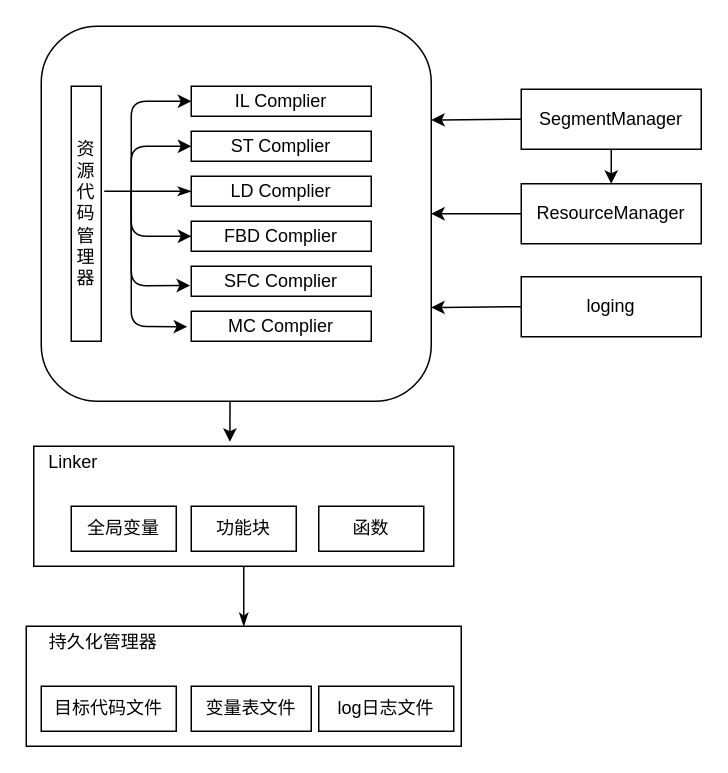
Above: page "Page-1" (1 of 2) of cmc_complie.drawio in nathanningbo/general_ztf (draw.io), before the change. Source tidied: cells renumbered, new cells numbered last; positions are measured from the earlier drawing's top-left corner, leaving out a move shared by most shapes. Both pictures are drawn from the tidied source at 150%, with x=0, y=0 at pixel (26, 26).
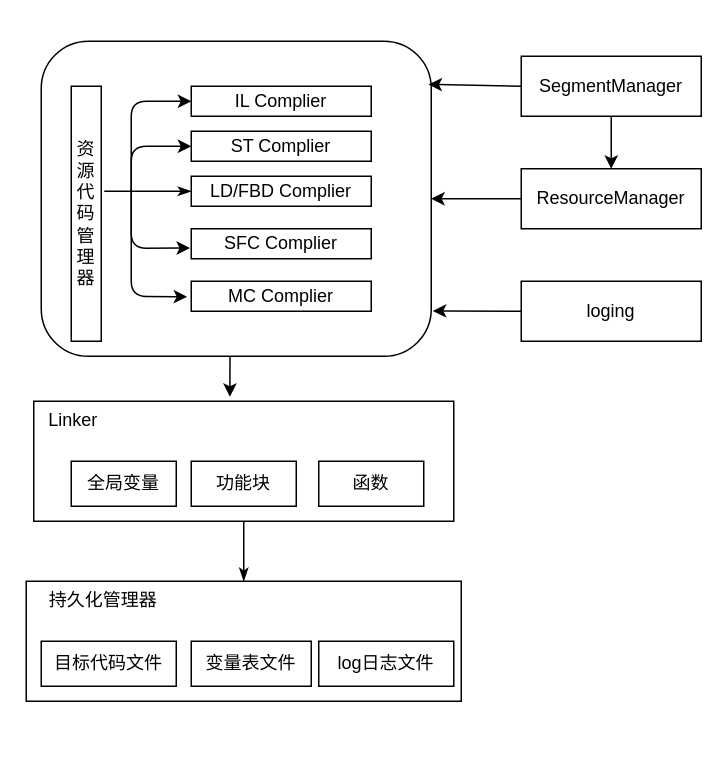
Above is the later version.

What changed in the source:
```diff
@@
+    <mxCell id="15" style="rounded=1;whiteSpace=wrap;html=1;fillColor=none;" parent="1" vertex="1">
+      <mxGeometry x="10" y="10" width="260" height="210" as="geometry" />
+    </mxCell>
@@
-    <mxCell id="5" value="LD Complier" style="rounded=0;whiteSpace=wrap;html=1;" parent="1" vertex="1">
+    <mxCell id="5" value="LD/FBD Complier" style="rounded=0;whiteSpace=wrap;html=1;" parent="1" vertex="1">
       <mxGeometry x="110" y="100" width="120" height="20" as="geometry" />
     </mxCell>
-    <mxCell id="6" value="FBD Complier" style="rounded=0;whiteSpace=wrap;html=1;" parent="1" vertex="1">
-      <mxGeometry x="110" y="130" width="120" height="20" as="geometry" />
-    </mxCell>
     <mxCell id="7" value="SFC Complier" style="rounded=0;whiteSpace=wrap;html=1;" parent="1" vertex="1">
-      <mxGeometry x="110" y="160" width="120" height="20" as="geometry" />
+      <mxGeometry x="110" y="135" width="120" height="20" as="geometry" />
     </mxCell>
     <mxCell id="8" value="MC Complier" style="rounded=0;whiteSpace=wrap;html=1;" parent="1" vertex="1">
-      <mxGeometry x="110" y="190" width="120" height="20" as="geometry" />
+      <mxGeometry x="110" y="170" width="120" height="20" as="geometry" />
     </mxCell>
@@
     <mxCell id="10" style="endArrow=classic;html=1;entryX=-0.023;entryY=0.52;entryDx=0;entryDy=0;entryPerimeter=0;" parent="1" edge="1" target="8">
       <mxGeometry relative="1" as="geometry">
         <mxPoint x="70" y="110" as="sourcePoint" />
         <Array as="points">
-          <mxPoint x="70" y="200" />
+          <mxPoint x="70" y="180" />
         </Array>
       </mxGeometry>
     </mxCell>
     <mxCell id="11" style="endArrow=classic;html=1;entryX=-0.007;entryY=0.64;entryDx=0;entryDy=0;entryPerimeter=0;" parent="1" edge="1" target="7">
       <mxGeometry relative="1" as="geometry">
         <mxPoint x="70" y="110" as="sourcePoint" />
         <Array as="points">
-          <mxPoint x="70" y="173" />
+          <mxPoint x="70" y="148" />
         </Array>
       </mxGeometry>
     </mxCell>
-    <mxCell id="12" style="endArrow=classic;html=1;entryX=0;entryY=0.5;entryDx=0;entryDy=0;" parent="1" edge="1" target="6">
-      <mxGeometry relative="1" as="geometry">
-        <mxPoint x="70" y="110" as="sourcePoint" />
-        <Array as="points">
-          <mxPoint x="70" y="140" />
-        </Array>
-      </mxGeometry>
-    </mxCell>
@@
-    <mxCell id="15" style="rounded=1;whiteSpace=wrap;html=1;fillColor=none;" parent="1" vertex="1">
-      <mxGeometry x="10" width="260" height="250" as="geometry" />
-    </mxCell>
     <mxCell id="16" value="SegmentManager" style="rounded=0;whiteSpace=wrap;html=1;fillColor=none;" parent="1" vertex="1">
-      <mxGeometry x="330" y="42" width="120" height="40" as="geometry" />
+      <mxGeometry x="330" y="20" width="120" height="40" as="geometry" />
     </mxCell>
     <mxCell id="17" value="ResourceManager" style="rounded=0;whiteSpace=wrap;html=1;fillColor=none;" parent="1" vertex="1">
-      <mxGeometry x="330" y="105" width="120" height="40" as="geometry" />
+      <mxGeometry x="330" y="95" width="120" height="40" as="geometry" />
     </mxCell>
@@
     <mxCell id="19" style="rounded=0;whiteSpace=wrap;html=1;fillColor=none;" parent="1" vertex="1">
-      <mxGeometry x="5" y="280" width="280" height="80" as="geometry" />
+      <mxGeometry x="5" y="250" width="280" height="80" as="geometry" />
     </mxCell>
     <mxCell id="20" style="rounded=0;whiteSpace=wrap;html=1;fillColor=none;" parent="1" vertex="1">
-      <mxGeometry y="400" width="290" height="80" as="geometry" />
+      <mxGeometry y="370" width="290" height="80" as="geometry" />
     </mxCell>
     <mxCell id="21" value="loging" style="rounded=0;whiteSpace=wrap;html=1;fillColor=none;" parent="1" vertex="1">
-      <mxGeometry x="330" y="167" width="120" height="40" as="geometry" />
+      <mxGeometry x="330" y="170" width="120" height="40" as="geometry" />
     </mxCell>
@@
-    <mxCell id="23" style="endArrow=classic;html=1;exitX=0;exitY=0.5;exitDx=0;exitDy=0;entryX=1;entryY=0.25;entryDx=0;entryDy=0;" parent="1" edge="1" source="16" target="15">
+    <mxCell id="23" style="endArrow=classic;html=1;exitX=0;exitY=0.5;exitDx=0;exitDy=0;entryX=0.993;entryY=0.137;entryDx=0;entryDy=0;entryPerimeter=0;" parent="1" edge="1" source="16" target="15">
       <mxGeometry relative="1" as="geometry" />
     </mxCell>
-    <mxCell id="24" style="endArrow=classic;html=1;exitX=0;exitY=0.5;exitDx=0;exitDy=0;entryX=1;entryY=0.75;entryDx=0;entryDy=0;" parent="1" edge="1" source="21" target="15">
+    <mxCell id="24" style="endArrow=classic;html=1;exitX=0;exitY=0.5;exitDx=0;exitDy=0;entryX=1.004;entryY=0.856;entryDx=0;entryDy=0;entryPerimeter=0;" parent="1" edge="1" source="21" target="15">
       <mxGeometry relative="1" as="geometry" />
     </mxCell>
     <mxCell id="25" value="Linker" style="text;html=1;align=center;verticalAlign=middle;labelBackgroundColor=#ffffff;" parent="24" vertex="1">
       <mxGeometry x="-0.3" y="-1" relative="1" as="geometry">
-        <mxPoint x="-278.5" y="104" as="offset" />
+        <mxPoint x="-278.5" y="74" as="offset" />
       </mxGeometry>
     </mxCell>
     <mxCell id="26" value="持久化管理器" style="text;html=1;align=center;verticalAlign=middle;labelBackgroundColor=#ffffff;direction=south;" parent="24" vertex="1">
       <mxGeometry x="-0.42" relative="1" as="geometry">
-        <mxPoint x="-262.5" y="223" as="offset" />
+        <mxPoint x="-262.5" y="193" as="offset" />
       </mxGeometry>
     </mxCell>
@@
     <mxCell id="28" value="全局变量" style="rounded=0;whiteSpace=wrap;html=1;fillColor=none;" parent="1" vertex="1">
-      <mxGeometry x="30" y="320" width="70" height="30" as="geometry" />
+      <mxGeometry x="30" y="290" width="70" height="30" as="geometry" />
     </mxCell>
     <mxCell id="29" value="功能块" style="rounded=0;whiteSpace=wrap;html=1;fillColor=none;" parent="1" vertex="1">
-      <mxGeometry x="110" y="320" width="70" height="30" as="geometry" />
+      <mxGeometry x="110" y="290" width="70" height="30" as="geometry" />
     </mxCell>
     <mxCell id="30" value="函数" style="rounded=0;whiteSpace=wrap;html=1;fillColor=none;" parent="1" vertex="1">
-      <mxGeometry x="195" y="320" width="70" height="30" as="geometry" />
+      <mxGeometry x="195" y="290" width="70" height="30" as="geometry" />
     </mxCell>
@@
     <mxCell id="32" value="目标代码文件" style="rounded=0;whiteSpace=wrap;html=1;fillColor=none;" parent="1" vertex="1">
-      <mxGeometry x="10" y="440" width="90" height="30" as="geometry" />
+      <mxGeometry x="10" y="410" width="90" height="30" as="geometry" />
     </mxCell>
     <mxCell id="33" value="变量表文件" style="rounded=0;whiteSpace=wrap;html=1;fillColor=none;" parent="1" vertex="1">
-      <mxGeometry x="110" y="440" width="80" height="30" as="geometry" />
+      <mxGeometry x="110" y="410" width="80" height="30" as="geometry" />
     </mxCell>
     <mxCell id="34" value="log日志文件" style="rounded=0;whiteSpace=wrap;html=1;fillColor=none;" parent="1" vertex="1">
-      <mxGeometry x="195" y="440" width="90" height="30" as="geometry" />
+      <mxGeometry x="195" y="410" width="90" height="30" as="geometry" />
     </mxCell>
```
